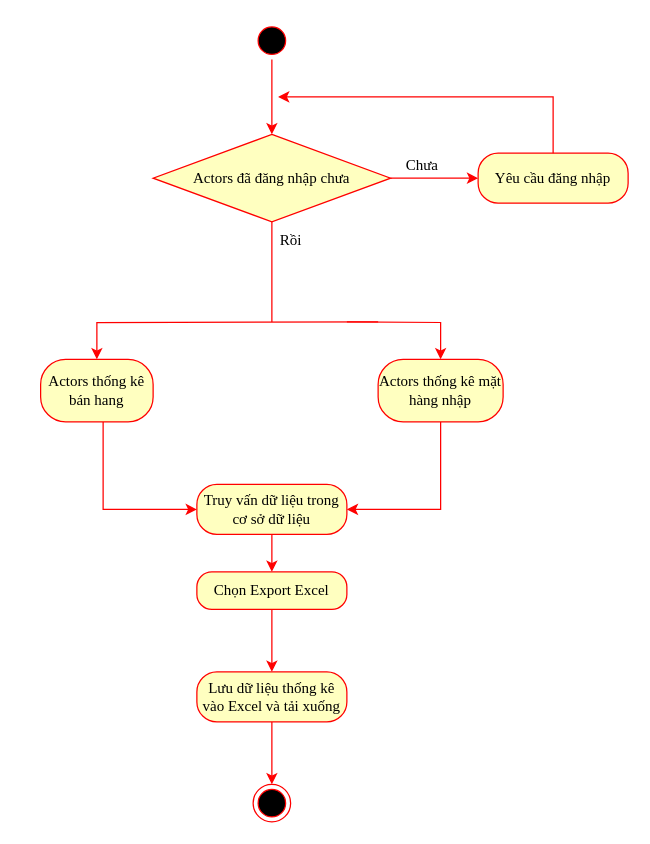
Earlier version of the draw.io diagram Activity Diagrams/Quang Võ/AD_ThốngKê.drawio (EdgarIgnite16/OOAD-Project). Source tidied: cells renumbered, new cells numbered last; positions are measured from the earlier drawing's top-left corner, leaving out a move shared by most shapes. Both pictures are drawn from the tidied source at 125%, with x=0, y=0 at pixel (40, 21).
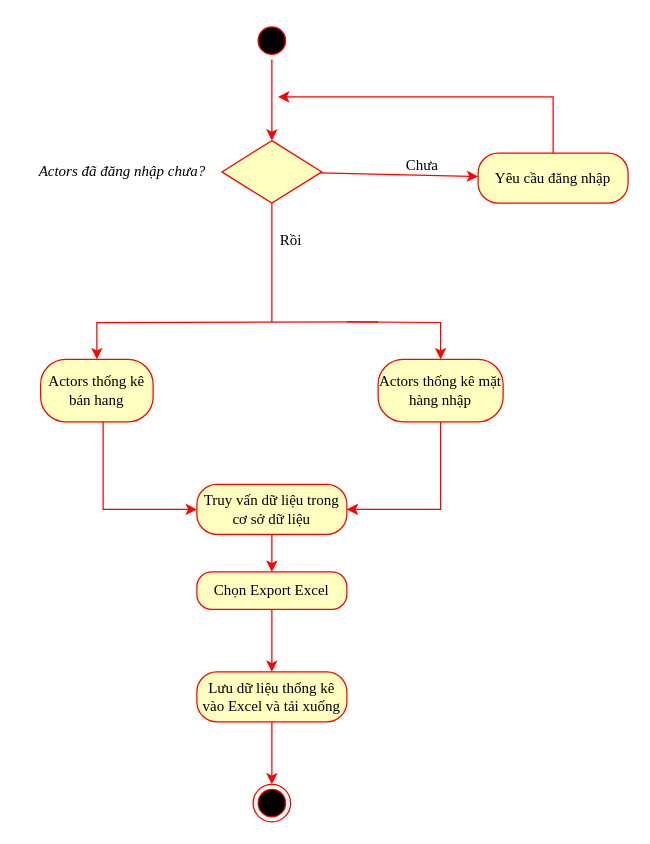
After the change.

The edit, as a diff of the source:
```diff
@@
-    <mxCell id="3" value="Actors đã đăng nhập chưa" style="rhombus;whiteSpace=wrap;html=1;fillColor=#ffffc0;strokeColor=#ff0000;fontFamily=Times New Roman;fontSize=12;" parent="1" vertex="1">
-      <mxGeometry x="90" y="90" width="190" height="70" as="geometry" />
+    <mxCell id="3" style="rhombus;whiteSpace=wrap;html=1;fillColor=#ffffc0;strokeColor=#ff0000;fontFamily=Times New Roman;fontSize=12;" parent="1" vertex="1">
+      <mxGeometry x="145" y="95" width="80" height="50" as="geometry" />
     </mxCell>
@@
+    <mxCell id="24" value="&lt;span style=&quot;font-family: &amp;quot;Times New Roman&amp;quot;;&quot;&gt;Actors đã đăng nhập chưa?&lt;/span&gt;" style="text;html=1;align=center;verticalAlign=middle;strokeColor=none;fillColor=none;fontStyle=2;" parent="1" vertex="1">
+      <mxGeometry x="-15" y="105" width="160" height="30" as="geometry" />
+    </mxCell>
```
